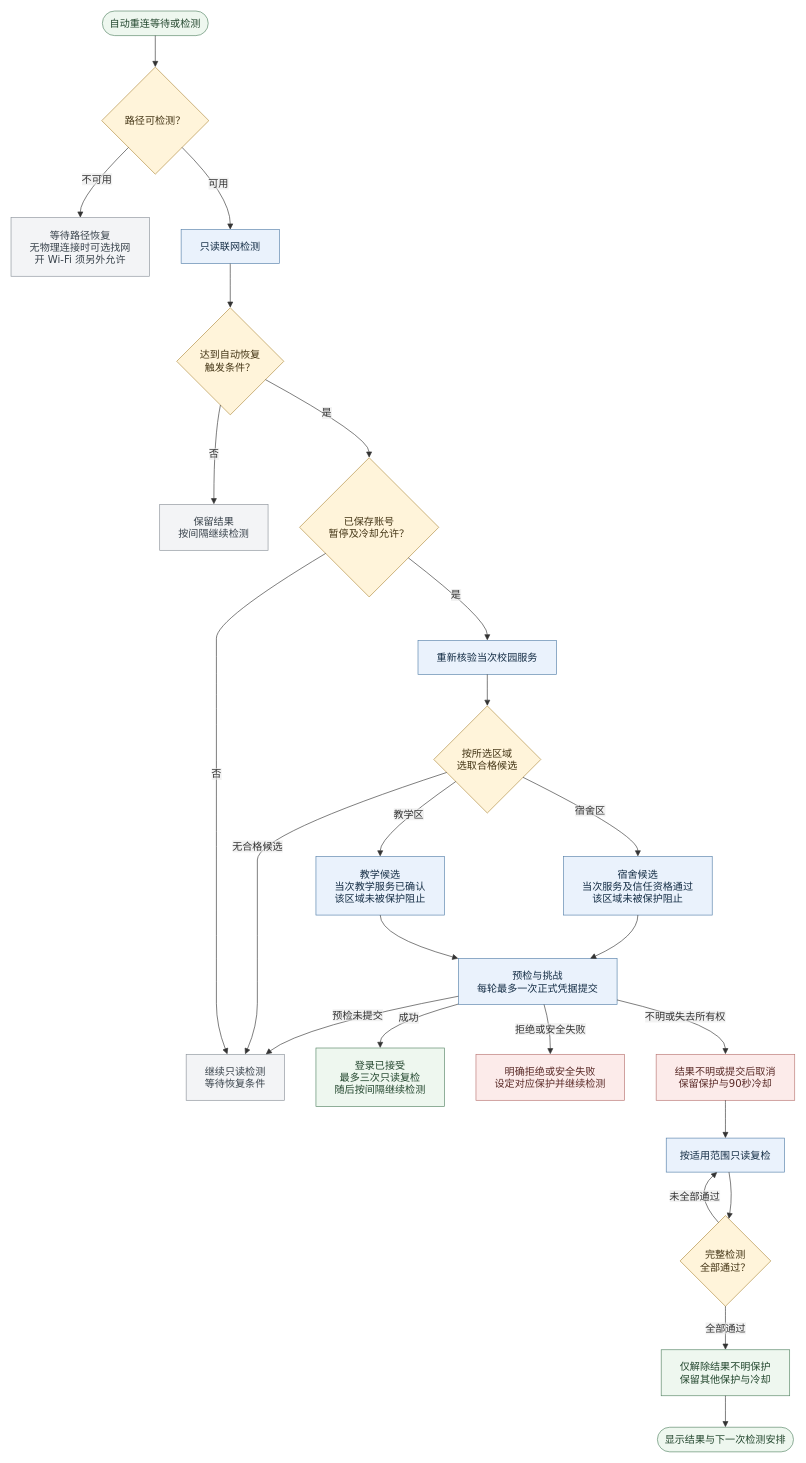
Earlier version of the draw.io diagram docs/images/recovery-flow.drawio (zhihebai/SZUConnect). Source tidied: cells renumbered, new cells numbered last; positions are measured from the earlier drawing's top-left corner, leaving out a move shared by most shapes. Both pictures are drawn from the tidied source at 63%, with x=0, y=0 at pixel (11, 11).
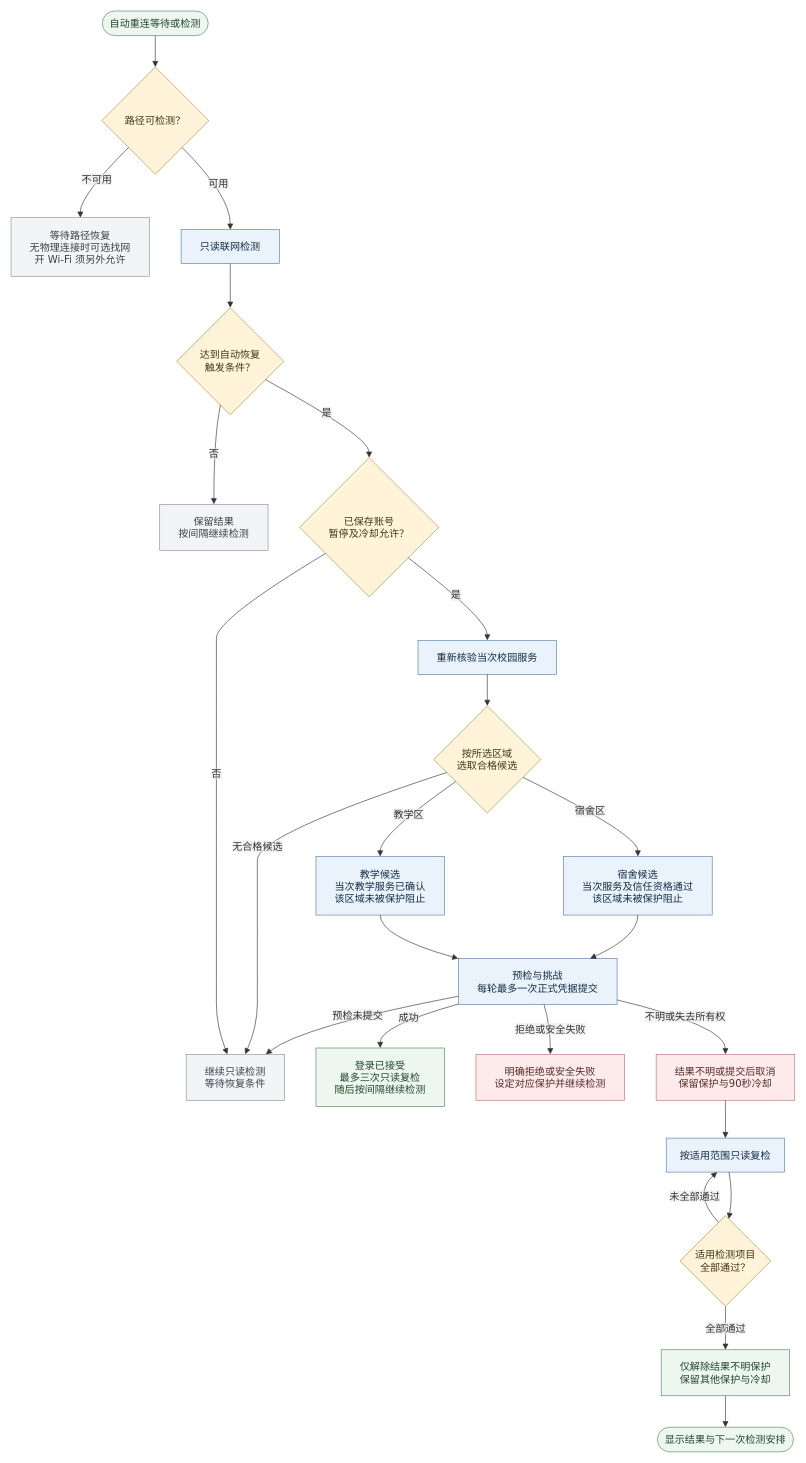
After the change.

Commit message:
同步可编辑流程图中的判断节点

Diff of the diagram source:
```diff
@@
-    <mxCell id="19" value="完整检测&#10;全部通过？" style="rhombus;html=1;strokeWidth=1;whiteSpace=wrap;fillColor=#fff4da;strokeColor=#b08b3e;fontColor=#433414;fontFamily=Trebuchet MS,Verdana,Arial,sans-serif;fontSize=16;" parent="1" vertex="1">
+    <mxCell id="19" value="适用检测项目&#10;全部通过？" style="rhombus;html=1;strokeWidth=1;whiteSpace=wrap;fillColor=#fff4da;strokeColor=#b08b3e;fontColor=#433414;fontFamily=Trebuchet MS,Verdana,Arial,sans-serif;fontSize=16;" parent="1" vertex="1">
       <mxGeometry x="1062" y="1912" width="144" height="144" as="geometry" />
     </mxCell>
```
